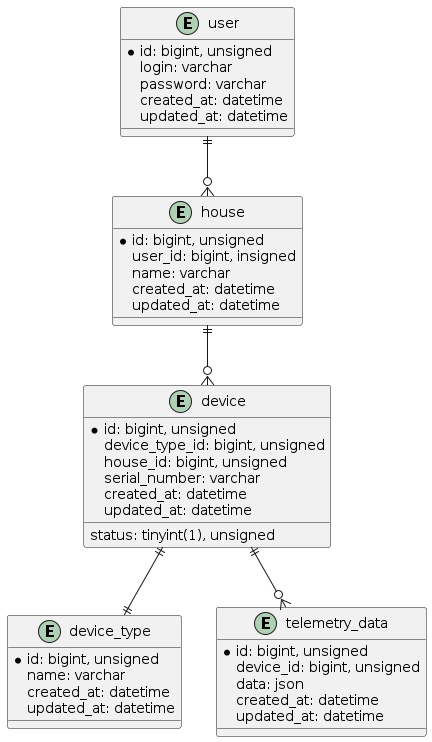
Above: out/schemas/src/er/smarthome_er/SmartHomeER.png in arefev/warmhouse (PlantUML), before the change.
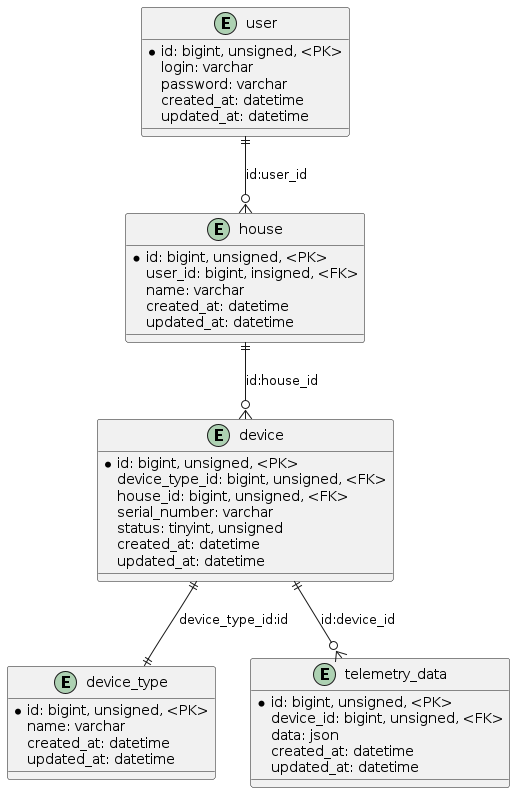
After the commit.

Commit message:
warmhouse: обновил схемы

Diff of the diagram source:
```diff
@@ -1,7 +1,7 @@
 @startuml SmartHomeER
 
 entity user {
-    *id: bigint, unsigned
+    *id: bigint, unsigned, <PK>
     login: varchar
     password: varchar
     created_at: datetime
@@ -9,42 +9,42 @@
 }
 
 entity house {
-    *id: bigint, unsigned
-    user_id: bigint, insigned
+    *id: bigint, unsigned, <PK>
+    user_id: bigint, insigned, <FK>
     name: varchar
     created_at: datetime
     updated_at: datetime
 }
 
 entity device_type {
-    *id: bigint, unsigned
+    *id: bigint, unsigned, <PK>
     name: varchar
     created_at: datetime
     updated_at: datetime
 }
 
 entity device {
-    *id: bigint, unsigned
-    device_type_id: bigint, unsigned
-    house_id: bigint, unsigned
+    *id: bigint, unsigned, <PK>
+    device_type_id: bigint, unsigned, <FK>
+    house_id: bigint, unsigned, <FK>
     serial_number: varchar
-    status: tinyint(1), unsigned
+    status: tinyint, unsigned
     created_at: datetime
     updated_at: datetime
 }
 
 entity telemetry_data {
-    *id: bigint, unsigned
-    device_id: bigint, unsigned
+    *id: bigint, unsigned, <PK>
+    device_id: bigint, unsigned, <FK>
     data: json
     created_at: datetime
     updated_at: datetime
 }
 
 
-user ||--o{ house
-house ||--o{ device
-device ||--|| device_type
-device ||--o{ telemetry_data
+user ||--o{ house : "id:user_id"
+house ||--o{ device : "id:house_id"
+device ||--|| device_type : "device_type_id:id"
+device ||--o{ telemetry_data : "id:device_id"
 
 @enduml
```
